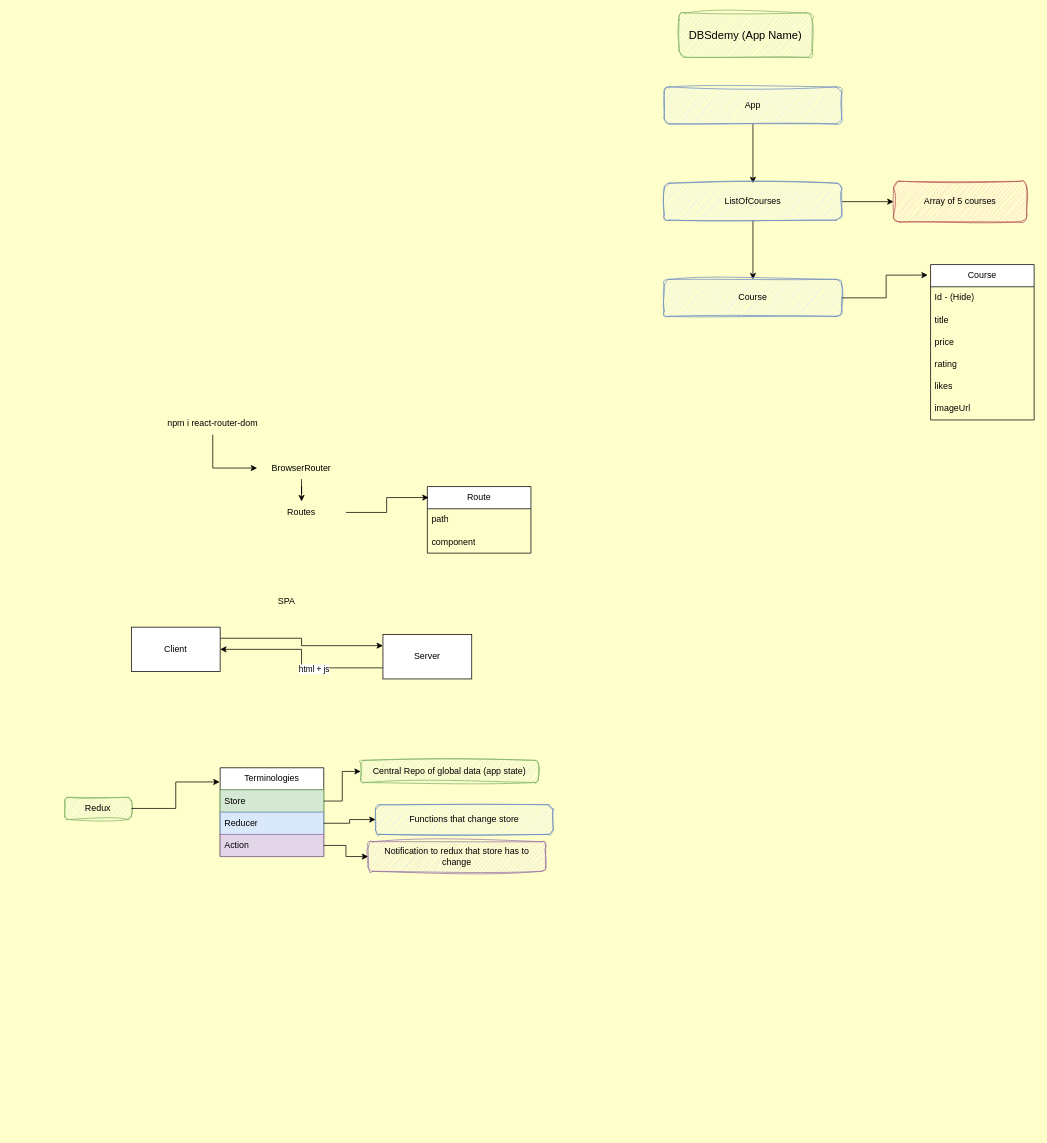
SumeetWajpe/DBS_React_Feb_25 keeps this draw.io diagram as SupportingDocs/DBS_React_Feb25.drawio. Above is the earlier version. Source tidied: cells renumbered, new cells numbered last; positions are measured from the earlier drawing's top-left corner, leaving out a move shared by most shapes. Both pictures are drawn from the tidied source at 74%, with x=0, y=0 at pixel (64, 13).
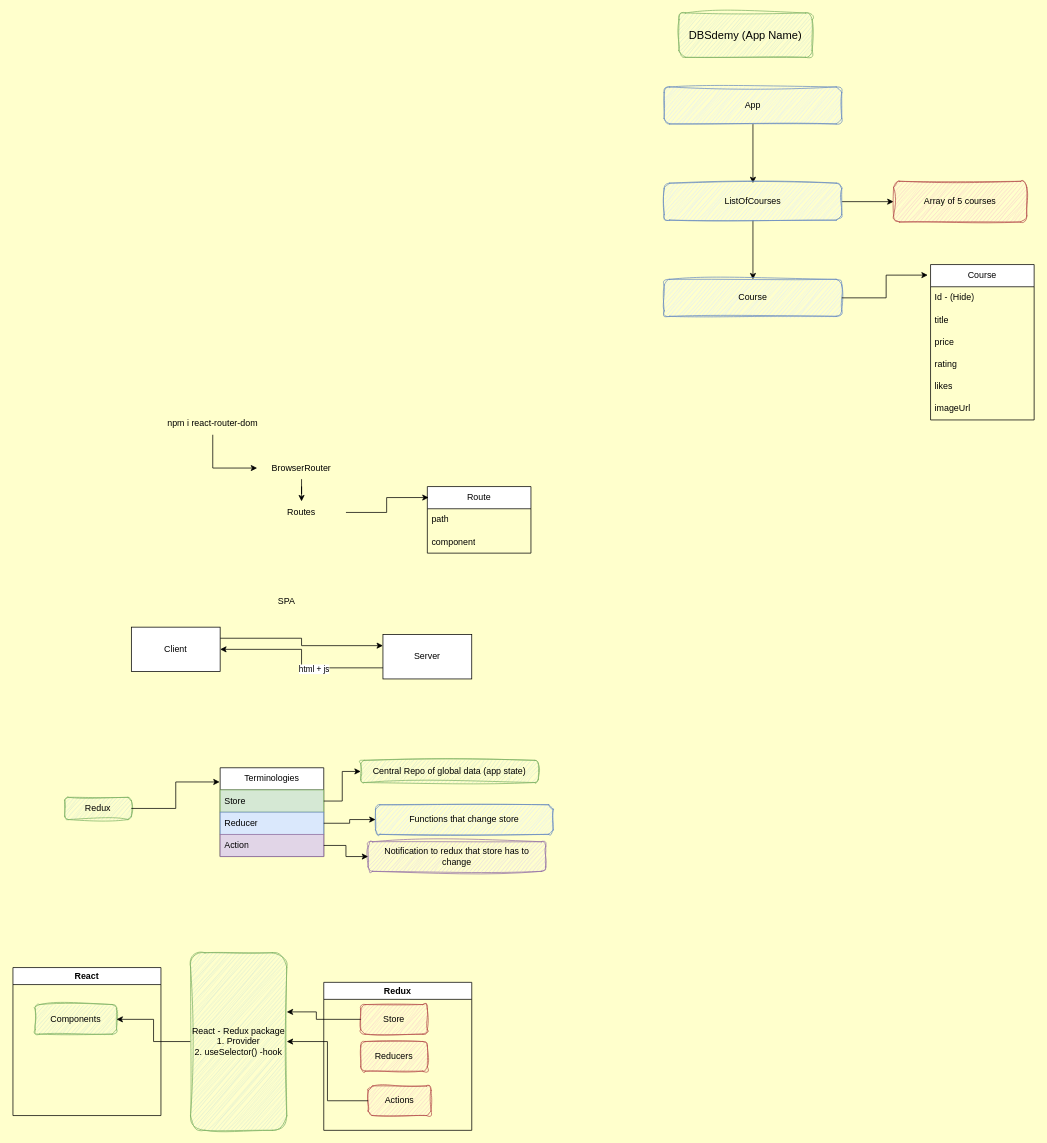
The same page after the edit.

Commit message (it also covers changes not shown here):
✨ using React-Redux | Provider | useSelector

What changed in the source:
```diff
@@
+    <mxCell id="45" value="Redux" style="swimlane;whiteSpace=wrap;html=1;" parent="1" vertex="1">
+      <mxGeometry x="350" y="1310" width="200" height="200" as="geometry" />
+    </mxCell>
+    <mxCell id="46" value="Store" style="rounded=1;whiteSpace=wrap;html=1;fillColor=#f8cecc;strokeColor=#b85450;sketch=1;curveFitting=1;jiggle=2;" parent="45" vertex="1">
+      <mxGeometry x="50" y="30" width="90" height="40" as="geometry" />
+    </mxCell>
+    <mxCell id="47" value="Reducers" style="rounded=1;whiteSpace=wrap;html=1;fillColor=#f8cecc;strokeColor=#b85450;sketch=1;curveFitting=1;jiggle=2;" parent="45" vertex="1">
+      <mxGeometry x="50" y="80" width="90" height="40" as="geometry" />
+    </mxCell>
+    <mxCell id="48" value="Actions" style="rounded=1;whiteSpace=wrap;html=1;fillColor=#f8cecc;strokeColor=#b85450;sketch=1;curveFitting=1;jiggle=2;" parent="45" vertex="1">
+      <mxGeometry x="60" y="140" width="85" height="40" as="geometry" />
+    </mxCell>
+    <mxCell id="49" value="React" style="swimlane;whiteSpace=wrap;html=1;" parent="1" vertex="1">
+      <mxGeometry x="-70" y="1290" width="200" height="200" as="geometry" />
+    </mxCell>
+    <mxCell id="50" value="Components" style="rounded=1;whiteSpace=wrap;html=1;fillColor=#d5e8d4;strokeColor=#82b366;sketch=1;curveFitting=1;jiggle=2;" parent="49" vertex="1">
+      <mxGeometry x="30" y="50" width="110" height="40" as="geometry" />
+    </mxCell>
+    <mxCell id="51" style="edgeStyle=orthogonalEdgeStyle;rounded=0;jettySize=auto;html=1;entryX=1;entryY=0.5;entryDx=0;entryDy=0;" parent="1" edge="1" source="52" target="50">
+      <mxGeometry relative="1" as="geometry" />
+    </mxCell>
+    <mxCell id="52" value="React - Redux package&lt;div&gt;1. Provider&lt;/div&gt;&lt;div&gt;2. useSelector() -hook&lt;/div&gt;" style="rounded=1;whiteSpace=wrap;html=1;fillColor=#d5e8d4;strokeColor=#82b366;sketch=1;curveFitting=1;jiggle=2;" parent="1" vertex="1">
+      <mxGeometry x="170" y="1270" width="130" height="240" as="geometry" />
+    </mxCell>
+    <mxCell id="53" style="edgeStyle=orthogonalEdgeStyle;rounded=0;jettySize=auto;html=1;entryX=1;entryY=0.333;entryDx=0;entryDy=0;entryPerimeter=0;" parent="1" edge="1" source="46" target="52">
+      <mxGeometry relative="1" as="geometry">
+        <Array as="points">
+          <mxPoint x="340" y="1360" />
+          <mxPoint x="340" y="1350" />
+        </Array>
+      </mxGeometry>
+    </mxCell>
+    <mxCell id="54" style="edgeStyle=orthogonalEdgeStyle;rounded=0;jettySize=auto;html=1;" parent="1" edge="1" source="48" target="52">
+      <mxGeometry relative="1" as="geometry" />
+    </mxCell>
```
